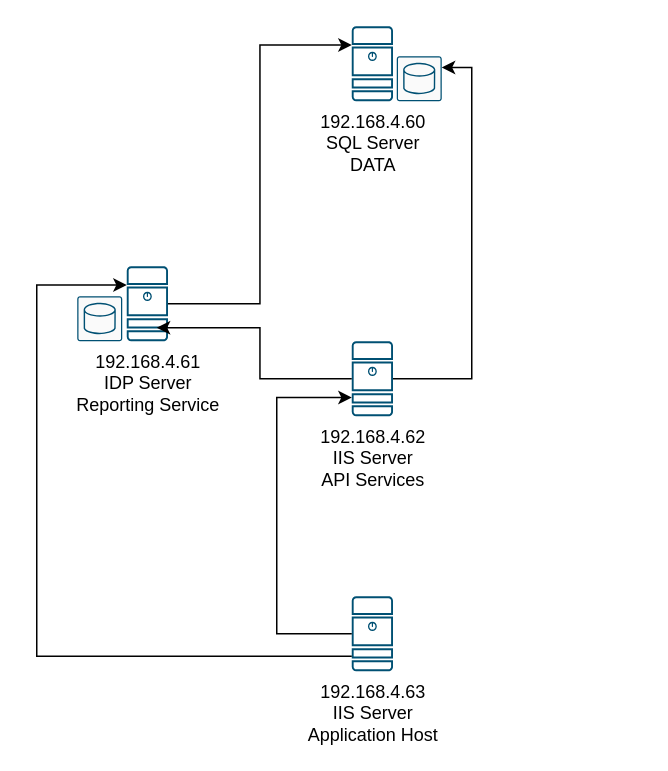
Above: Untitled Diagram.drawio in osvcarign/charts (draw.io), before the change. Source tidied: cells renumbered, new cells numbered last; positions are measured from the earlier drawing's top-left corner, leaving out a move shared by most shapes. Both pictures are drawn from the tidied source at 150%, with x=0, y=0 at pixel (36, 26).
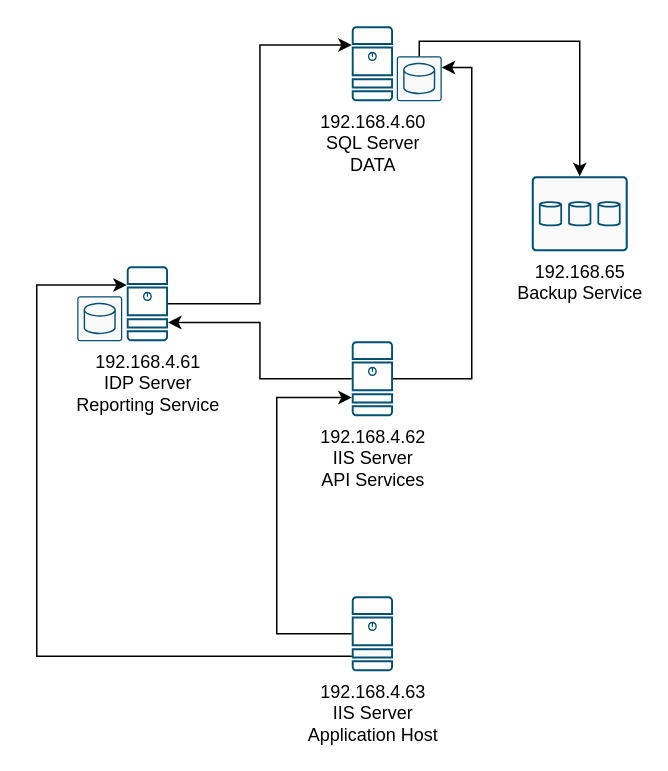
Above is the later version.

Commit message:
Backup Service

The change refers to these unchanged cells:
```xml
<mxCell id="4" style="sketch=0;points=[[0.015,0.015,0],[0.985,0.015,0],[0.985,0.985,0],[0.015,0.985,0],[0.25,0,0],[0.5,0,0],[0.75,0,0],[1,0.25,0],[1,0.5,0],[1,0.75,0],[0.75,1,0],[0.5,1,0],[0.25,1,0],[0,0.75,0],[0,0.5,0],[0,0.25,0]];verticalLabelPosition=bottom;html=1;verticalAlign=top;align=center;shape=mxgraph.cisco19.rect;prIcon=database_relational;fillColor=#FAFAFA;strokeColor=#005073;" parent="2" vertex="1">
  <mxGeometry x="30" y="20" width="30" height="30" as="geometry" />
</mxCell>
<mxCell id="7" value="192.168.4.61&lt;br&gt;&lt;div&gt;IDP Server&lt;/div&gt;&lt;div&gt;Reporting Service&lt;br&gt;&lt;/div&gt;" style="sketch=0;points=[[0.015,0.015,0],[0.985,0.015,0],[0.985,0.985,0],[0.015,0.985,0],[0.25,0,0],[0.5,0,0],[0.75,0,0],[1,0.25,0],[1,0.5,0],[1,0.75,0],[0.75,1,0],[0.5,1,0],[0.25,1,0],[0,0.75,0],[0,0.5,0],[0,0.25,0]];verticalLabelPosition=bottom;html=1;verticalAlign=top;align=center;shape=mxgraph.cisco19.server;fillColor=#005073;strokeColor=none;" parent="6" vertex="1">
  <mxGeometry x="30" width="27.5" height="50" as="geometry" />
</mxCell>
<mxCell id="9" value="192.168.4.62&lt;br&gt;&lt;div&gt;IIS Server&lt;br&gt;&lt;/div&gt;&lt;div&gt;API Services&lt;/div&gt;" style="sketch=0;points=[[0.015,0.015,0],[0.985,0.015,0],[0.985,0.985,0],[0.015,0.985,0],[0.25,0,0],[0.5,0,0],[0.75,0,0],[1,0.25,0],[1,0.5,0],[1,0.75,0],[0.75,1,0],[0.5,1,0],[0.25,1,0],[0,0.75,0],[0,0.5,0],[0,0.25,0]];verticalLabelPosition=bottom;html=1;verticalAlign=top;align=center;shape=mxgraph.cisco19.server;fillColor=#005073;strokeColor=none;" parent="1" vertex="1">
  <mxGeometry x="210" y="210" width="27.5" height="50" as="geometry" />
</mxCell>
```

The edit, as a diff of the source:
```diff
@@
-    <mxCell id="10" style="edgeStyle=orthogonalEdgeStyle;rounded=0;jettySize=auto;html=1;entryX=0.727;entryY=0.82;entryDx=0;entryDy=0;entryPerimeter=0;" parent="1" edge="1" source="9" target="7">
+    <mxCell id="10" style="edgeStyle=orthogonalEdgeStyle;rounded=0;jettySize=auto;html=1;entryX=1;entryY=0.75;entryDx=0;entryDy=0;entryPerimeter=0;" parent="1" edge="1" source="9" target="7">
       <mxGeometry relative="1" as="geometry" />
     </mxCell>
@@
+    <mxCell id="15" value="&lt;div&gt;192.168.65&lt;br&gt;&lt;/div&gt;&lt;div&gt;Backup Service&lt;/div&gt;" style="sketch=0;points=[[0.015,0.015,0],[0.985,0.015,0],[0.985,0.985,0],[0.015,0.985,0],[0.25,0,0],[0.5,0,0],[0.75,0,0],[1,0.25,0],[1,0.5,0],[1,0.75,0],[0.75,1,0],[0.5,1,0],[0.25,1,0],[0,0.75,0],[0,0.5,0],[0,0.25,0]];verticalLabelPosition=bottom;html=1;verticalAlign=top;align=center;shape=mxgraph.cisco19.rect;prIcon=storage;fillColor=#FAFAFA;strokeColor=#005073;" parent="1" vertex="1">
+      <mxGeometry x="330" y="100" width="64" height="50" as="geometry" />
+    </mxCell>
+    <mxCell id="16" style="edgeStyle=orthogonalEdgeStyle;rounded=0;jettySize=auto;html=1;entryX=0.5;entryY=0;entryDx=0;entryDy=0;entryPerimeter=0;" parent="1" edge="1" source="4" target="15">
+      <mxGeometry relative="1" as="geometry">
+        <Array as="points">
+          <mxPoint x="255" y="10" />
+          <mxPoint x="362" y="10" />
+        </Array>
+      </mxGeometry>
+    </mxCell>
```
